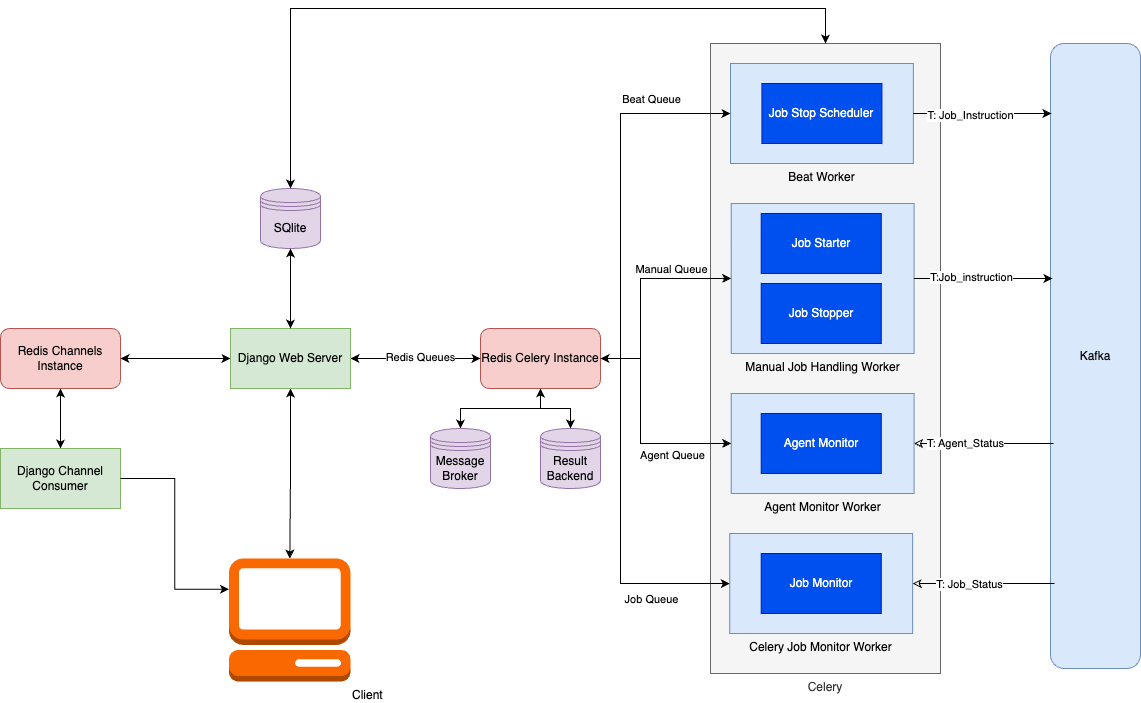
TBDM-24-25/SampleGen-Orchestrator keeps this draw.io diagram as docs/images/control_server_architecture_model.png. Above is the earlier version. Source tidied: cells renumbered, new cells last; positions are measured from the earlier drawing's top-left corner, leaving out a move shared by most shapes. The source it was exported from:
```xml
<mxGraphModel>
  <root>
    <mxCell id="0" />
    <mxCell id="1" parent="0" />
    <mxCell id="2" style="edgeStyle=orthogonalEdgeStyle;rounded=0;jettySize=auto;html=1;entryX=0.5;entryY=0;entryDx=0;entryDy=0;endArrow=classic;startFill=0;endFill=1;" parent="1" edge="1" source="4" target="7">
      <mxGeometry relative="1" as="geometry" />
    </mxCell>
    <mxCell id="3" style="edgeStyle=orthogonalEdgeStyle;rounded=0;jettySize=auto;html=1;endArrow=classic;startFill=1;startArrow=classic;endFill=1;" parent="1" edge="1" source="4" target="8">
      <mxGeometry relative="1" as="geometry" />
    </mxCell>
    <mxCell id="4" value="Redis Celery Instance" style="rounded=1;whiteSpace=wrap;html=1;fillColor=#f8cecc;strokeColor=#b85450;" parent="1" vertex="1">
      <mxGeometry x="480" y="320" width="120" height="60" as="geometry" />
    </mxCell>
    <mxCell id="5" style="edgeStyle=orthogonalEdgeStyle;rounded=0;jettySize=auto;html=1;startArrow=classic;startFill=1;" parent="1" edge="1" source="6" target="15">
      <mxGeometry relative="1" as="geometry" />
    </mxCell>
    <mxCell id="6" value="Redis Channels Instance" style="rounded=1;whiteSpace=wrap;html=1;fillColor=#f8cecc;strokeColor=#b85450;" parent="1" vertex="1">
      <mxGeometry y="320" width="120" height="60" as="geometry" />
    </mxCell>
    <mxCell id="7" value="Message Broker" style="shape=datastore;whiteSpace=wrap;html=1;fillColor=#e1d5e7;strokeColor=#9673a6;" parent="1" vertex="1">
      <mxGeometry x="430" y="420" width="60" height="60" as="geometry" />
    </mxCell>
    <mxCell id="8" value="Result Backend" style="shape=datastore;whiteSpace=wrap;html=1;fillColor=#e1d5e7;strokeColor=#9673a6;" parent="1" vertex="1">
      <mxGeometry x="540" y="420" width="60" height="60" as="geometry" />
    </mxCell>
    <mxCell id="9" style="edgeStyle=orthogonalEdgeStyle;rounded=0;jettySize=auto;html=1;startArrow=classic;startFill=1;" parent="1" edge="1" source="13" target="6">
      <mxGeometry relative="1" as="geometry" />
    </mxCell>
    <mxCell id="10" style="edgeStyle=orthogonalEdgeStyle;rounded=0;jettySize=auto;html=1;startArrow=classic;startFill=1;" parent="1" edge="1" source="13" target="4">
      <mxGeometry relative="1" as="geometry" />
    </mxCell>
    <mxCell id="11" value="Redis Queues" style="edgeLabel;html=1;align=center;verticalAlign=middle;" parent="10" vertex="1">
      <mxGeometry x="0.06" y="2" relative="1" as="geometry" />
    </mxCell>
    <mxCell id="12" style="edgeStyle=orthogonalEdgeStyle;rounded=0;jettySize=auto;html=1;startArrow=classic;startFill=1;" parent="1" edge="1" source="13" target="27">
      <mxGeometry relative="1" as="geometry" />
    </mxCell>
    <mxCell id="13" value="Django Web Server" style="rounded=0;whiteSpace=wrap;html=1;fillColor=#d5e8d4;strokeColor=#82b366;" parent="1" vertex="1">
      <mxGeometry x="230" y="320" width="120" height="60" as="geometry" />
    </mxCell>
    <mxCell id="14" value="Kafka" style="rounded=1;whiteSpace=wrap;html=1;fillColor=#dae8fc;strokeColor=#6c8ebf;" parent="1" vertex="1">
      <mxGeometry x="1050" y="35" width="90" height="625" as="geometry" />
    </mxCell>
    <mxCell id="15" value="Django Channel Consumer" style="rounded=0;whiteSpace=wrap;html=1;fillColor=#d5e8d4;strokeColor=#82b366;" parent="1" vertex="1">
      <mxGeometry y="440" width="120" height="60" as="geometry" />
    </mxCell>
    <mxCell id="16" style="group;fillColor=#60a917;fontColor=#ffffff;strokeColor=#2D7600;" parent="1" vertex="1">
      <mxGeometry x="710" y="35" width="230" height="630" as="geometry" />
    </mxCell>
    <mxCell id="17" value="Celery" style="rounded=0;whiteSpace=wrap;html=1;labelPosition=center;verticalLabelPosition=bottom;align=center;verticalAlign=top;fillColor=#f5f5f5;fontColor=#333333;strokeColor=#666666;" parent="16" vertex="1">
      <mxGeometry width="230" height="630" as="geometry" />
    </mxCell>
    <mxCell id="18" value="Beat Worker" style="rounded=0;whiteSpace=wrap;html=1;labelPosition=center;verticalLabelPosition=bottom;align=center;verticalAlign=top;fillColor=#dae8fc;strokeColor=#6c8ebf;" parent="16" vertex="1">
      <mxGeometry x="20" y="20" width="182.9" height="100" as="geometry" />
    </mxCell>
    <mxCell id="19" value="Job Stop Scheduler" style="rounded=0;whiteSpace=wrap;html=1;fillColor=#0050ef;strokeColor=#001DBC;fontColor=#ffffff;" parent="16" vertex="1">
      <mxGeometry x="51.4" y="40" width="120" height="60" as="geometry" />
    </mxCell>
    <mxCell id="20" value="Manual Job Handling Worker" style="rounded=0;whiteSpace=wrap;html=1;labelPosition=center;verticalLabelPosition=bottom;align=center;verticalAlign=top;fillColor=#dae8fc;strokeColor=#6c8ebf;" parent="16" vertex="1">
      <mxGeometry x="20.7" y="160" width="182.9" height="150" as="geometry" />
    </mxCell>
    <mxCell id="21" value="Agent Monitor Worker" style="rounded=0;whiteSpace=wrap;html=1;labelPosition=center;verticalLabelPosition=bottom;align=center;verticalAlign=top;fillColor=#dae8fc;strokeColor=#6c8ebf;" parent="16" vertex="1">
      <mxGeometry x="20.7" y="350" width="182.9" height="100" as="geometry" />
    </mxCell>
    <mxCell id="22" value="Celery Job Monitor Worker" style="rounded=0;whiteSpace=wrap;html=1;labelPosition=center;verticalLabelPosition=bottom;align=center;verticalAlign=top;fillColor=#dae8fc;strokeColor=#6c8ebf;" parent="16" vertex="1">
      <mxGeometry x="19.3" y="490" width="182.9" height="100" as="geometry" />
    </mxCell>
    <mxCell id="23" value="Job Starter" style="rounded=0;whiteSpace=wrap;html=1;fillColor=#0050ef;strokeColor=#001DBC;fontColor=#ffffff;" parent="16" vertex="1">
      <mxGeometry x="50.7" y="170" width="120" height="60" as="geometry" />
    </mxCell>
    <mxCell id="24" value="Job Stopper" style="rounded=0;whiteSpace=wrap;html=1;fillColor=#0050ef;strokeColor=#001DBC;fontColor=#ffffff;" parent="16" vertex="1">
      <mxGeometry x="50.7" y="240" width="120" height="60" as="geometry" />
    </mxCell>
    <mxCell id="25" value="Agent Monitor" style="rounded=0;whiteSpace=wrap;html=1;fillColor=#0050ef;strokeColor=#001DBC;fontColor=#ffffff;" parent="16" vertex="1">
      <mxGeometry x="50.7" y="370" width="120" height="60" as="geometry" />
    </mxCell>
    <mxCell id="26" value="Job Monitor" style="rounded=0;whiteSpace=wrap;html=1;fillColor=#0050ef;strokeColor=#001DBC;fontColor=#ffffff;" parent="16" vertex="1">
      <mxGeometry x="50.7" y="510" width="120" height="60" as="geometry" />
    </mxCell>
    <mxCell id="27" value="Client" style="outlineConnect=0;dashed=0;verticalLabelPosition=bottom;verticalAlign=top;align=left;html=1;shape=mxgraph.aws3.management_console;fillColor=#fa6800;strokeColor=#C73500;fontColor=#000000;labelPosition=right;" parent="1" vertex="1">
      <mxGeometry x="228.5" y="550" width="121.5" height="123" as="geometry" />
    </mxCell>
    <mxCell id="28" style="edgeStyle=orthogonalEdgeStyle;rounded=0;jettySize=auto;html=1;entryX=0;entryY=0.25;entryDx=0;entryDy=0;entryPerimeter=0;" parent="1" edge="1" source="15" target="27">
      <mxGeometry relative="1" as="geometry" />
    </mxCell>
    <mxCell id="29" style="edgeStyle=orthogonalEdgeStyle;rounded=0;jettySize=auto;html=1;startArrow=classic;startFill=1;" parent="1" edge="1" source="30" target="13">
      <mxGeometry relative="1" as="geometry" />
    </mxCell>
    <mxCell id="30" value="SQlite" style="shape=datastore;whiteSpace=wrap;html=1;fillColor=#e1d5e7;strokeColor=#9673a6;" parent="1" vertex="1">
      <mxGeometry x="260" y="180" width="60" height="60" as="geometry" />
    </mxCell>
    <mxCell id="31" style="edgeStyle=orthogonalEdgeStyle;rounded=0;jettySize=auto;html=1;entryX=0;entryY=0.5;entryDx=0;entryDy=0;startArrow=classic;startFill=1;" parent="1" edge="1" source="4" target="18">
      <mxGeometry relative="1" as="geometry">
        <Array as="points">
          <mxPoint x="620" y="350" />
          <mxPoint x="620" y="105" />
        </Array>
      </mxGeometry>
    </mxCell>
    <mxCell id="32" value="Beat Queue" style="edgeLabel;html=1;align=center;verticalAlign=middle;" parent="31" vertex="1">
      <mxGeometry x="0.17" relative="1" as="geometry">
        <mxPoint x="30" y="-61" as="offset" />
      </mxGeometry>
    </mxCell>
    <mxCell id="33" style="edgeStyle=orthogonalEdgeStyle;rounded=0;jettySize=auto;html=1;entryX=0;entryY=0.5;entryDx=0;entryDy=0;startArrow=classic;startFill=1;" parent="1" edge="1" source="4" target="20">
      <mxGeometry relative="1" as="geometry">
        <Array as="points">
          <mxPoint x="640" y="350" />
          <mxPoint x="640" y="270" />
        </Array>
      </mxGeometry>
    </mxCell>
    <mxCell id="34" value="Manual Queue" style="edgeLabel;html=1;align=center;verticalAlign=middle;" parent="33" vertex="1">
      <mxGeometry x="0.58" y="2" relative="1" as="geometry">
        <mxPoint x="-16" y="-8" as="offset" />
      </mxGeometry>
    </mxCell>
    <mxCell id="35" style="edgeStyle=orthogonalEdgeStyle;rounded=0;jettySize=auto;html=1;entryX=0;entryY=0.5;entryDx=0;entryDy=0;startArrow=classic;startFill=1;" parent="1" edge="1" source="4" target="22">
      <mxGeometry relative="1" as="geometry">
        <Array as="points">
          <mxPoint x="620" y="350" />
          <mxPoint x="620" y="575" />
        </Array>
      </mxGeometry>
    </mxCell>
    <mxCell id="36" value="Job Queue" style="edgeLabel;html=1;align=center;verticalAlign=middle;" parent="35" vertex="1">
      <mxGeometry x="0.22" y="-1" relative="1" as="geometry">
        <mxPoint x="31" y="44" as="offset" />
      </mxGeometry>
    </mxCell>
    <mxCell id="37" style="edgeStyle=orthogonalEdgeStyle;rounded=0;jettySize=auto;html=1;entryX=0;entryY=0.5;entryDx=0;entryDy=0;startArrow=classic;startFill=1;" parent="1" edge="1" source="4" target="21">
      <mxGeometry relative="1" as="geometry">
        <Array as="points">
          <mxPoint x="640" y="350" />
          <mxPoint x="640" y="435" />
        </Array>
      </mxGeometry>
    </mxCell>
    <mxCell id="38" value="Agent Queue" style="edgeLabel;html=1;align=center;verticalAlign=middle;" parent="37" vertex="1">
      <mxGeometry x="0.52" relative="1" as="geometry">
        <mxPoint x="-8" y="11" as="offset" />
      </mxGeometry>
    </mxCell>
    <mxCell id="39" style="edgeStyle=orthogonalEdgeStyle;rounded=0;jettySize=auto;html=1;entryX=0.011;entryY=0.112;entryDx=0;entryDy=0;entryPerimeter=0;" parent="1" edge="1" source="18" target="14">
      <mxGeometry relative="1" as="geometry" />
    </mxCell>
    <mxCell id="40" value="T: Job_Instruction" style="edgeLabel;html=1;align=center;verticalAlign=middle;" parent="39" vertex="1">
      <mxGeometry x="-0.17" y="-1" relative="1" as="geometry" />
    </mxCell>
    <mxCell id="41" style="edgeStyle=orthogonalEdgeStyle;rounded=0;jettySize=auto;html=1;entryX=0.022;entryY=0.376;entryDx=0;entryDy=0;entryPerimeter=0;" parent="1" edge="1" source="20" target="14">
      <mxGeometry relative="1" as="geometry" />
    </mxCell>
    <mxCell id="42" value="T:Job_instruction" style="edgeLabel;html=1;align=center;verticalAlign=middle;" parent="41" vertex="1">
      <mxGeometry x="-0.17" y="2" relative="1" as="geometry" />
    </mxCell>
    <mxCell id="43" style="edgeStyle=orthogonalEdgeStyle;rounded=0;jettySize=auto;html=1;entryX=0.033;entryY=0.64;entryDx=0;entryDy=0;entryPerimeter=0;startArrow=classic;startFill=0;endArrow=none;" parent="1" edge="1" source="21" target="14">
      <mxGeometry relative="1" as="geometry" />
    </mxCell>
    <mxCell id="44" value="T: Agent_Status" style="edgeLabel;html=1;align=center;verticalAlign=middle;" parent="43" vertex="1">
      <mxGeometry x="-0.26" y="1" relative="1" as="geometry" />
    </mxCell>
    <mxCell id="45" style="edgeStyle=orthogonalEdgeStyle;rounded=0;jettySize=auto;html=1;entryX=0.044;entryY=0.864;entryDx=0;entryDy=0;entryPerimeter=0;startArrow=classic;startFill=0;endArrow=none;" parent="1" edge="1" source="22" target="14">
      <mxGeometry relative="1" as="geometry" />
    </mxCell>
    <mxCell id="46" value="T: Job_Status" style="edgeLabel;html=1;align=center;verticalAlign=middle;" parent="45" vertex="1">
      <mxGeometry x="-0.21" relative="1" as="geometry" />
    </mxCell>
    <mxCell id="47" style="edgeStyle=orthogonalEdgeStyle;rounded=0;jettySize=auto;html=1;entryX=0.5;entryY=0;entryDx=0;entryDy=0;startArrow=classic;startFill=1;" parent="1" edge="1" source="17" target="30">
      <mxGeometry relative="1" as="geometry">
        <Array as="points">
          <mxPoint x="825" />
          <mxPoint x="290" />
        </Array>
      </mxGeometry>
    </mxCell>
  </root>
</mxGraphModel>
```
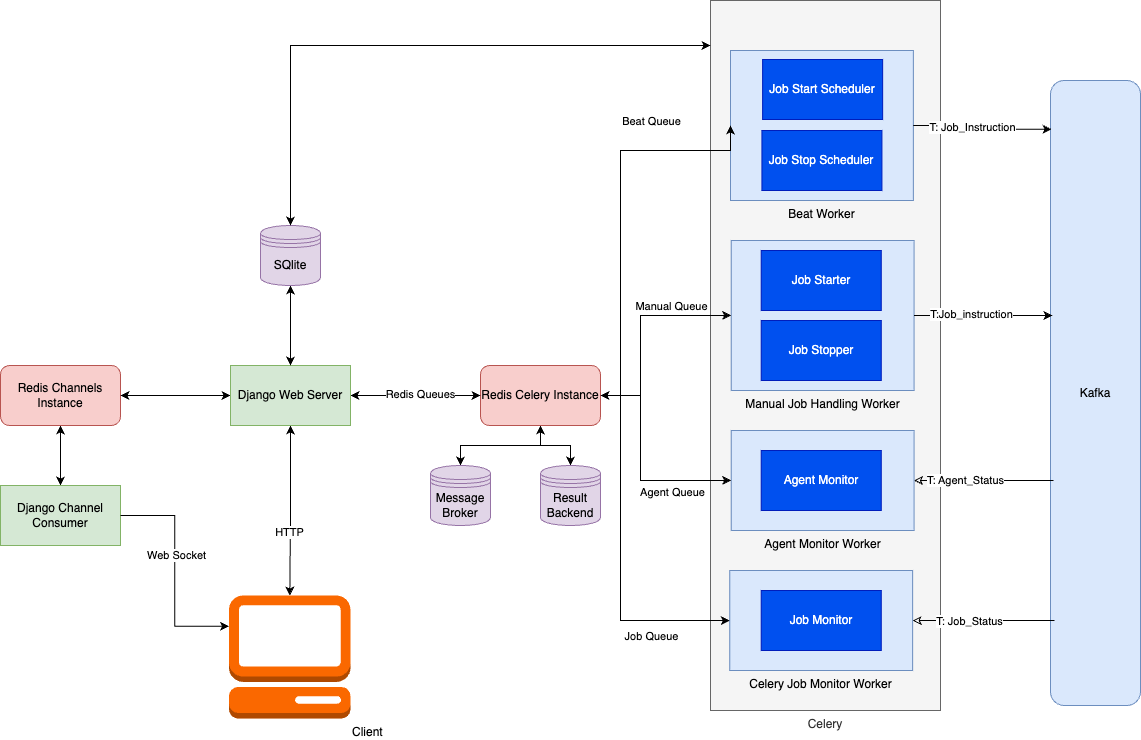
Above is the later version.

Commit message:
implemented start job scheduling feature

Diff of the diagram source:
```diff
@@ -35,6 +35,9 @@
     <mxCell id="12" style="edgeStyle=orthogonalEdgeStyle;rounded=0;jettySize=auto;html=1;startArrow=classic;startFill=1;" parent="1" edge="1" source="13" target="27">
       <mxGeometry relative="1" as="geometry" />
     </mxCell>
+    <mxCell id="48" value="HTTP" style="edgeLabel;html=1;align=center;verticalAlign=middle;" parent="12" vertex="1">
+      <mxGeometry x="0.25" y="-1" relative="1" as="geometry" />
+    </mxCell>
     <mxCell id="13" value="Django Web Server" style="rounded=0;whiteSpace=wrap;html=1;fillColor=#d5e8d4;strokeColor=#82b366;" parent="1" vertex="1">
       <mxGeometry x="230" y="320" width="120" height="60" as="geometry" />
     </mxCell>
@@ -48,13 +51,13 @@
       <mxGeometry x="710" y="35" width="230" height="630" as="geometry" />
     </mxCell>
     <mxCell id="17" value="Celery" style="rounded=0;whiteSpace=wrap;html=1;labelPosition=center;verticalLabelPosition=bottom;align=center;verticalAlign=top;fillColor=#f5f5f5;fontColor=#333333;strokeColor=#666666;" parent="16" vertex="1">
-      <mxGeometry width="230" height="630" as="geometry" />
+      <mxGeometry y="-80" width="230" height="710" as="geometry" />
     </mxCell>
     <mxCell id="18" value="Beat Worker" style="rounded=0;whiteSpace=wrap;html=1;labelPosition=center;verticalLabelPosition=bottom;align=center;verticalAlign=top;fillColor=#dae8fc;strokeColor=#6c8ebf;" parent="16" vertex="1">
-      <mxGeometry x="20" y="20" width="182.9" height="100" as="geometry" />
+      <mxGeometry x="20" y="-30" width="182.9" height="150" as="geometry" />
     </mxCell>
     <mxCell id="19" value="Job Stop Scheduler" style="rounded=0;whiteSpace=wrap;html=1;fillColor=#0050ef;strokeColor=#001DBC;fontColor=#ffffff;" parent="16" vertex="1">
-      <mxGeometry x="51.4" y="40" width="120" height="60" as="geometry" />
+      <mxGeometry x="51.4" y="50" width="120" height="60" as="geometry" />
     </mxCell>
     <mxCell id="20" value="Manual Job Handling Worker" style="rounded=0;whiteSpace=wrap;html=1;labelPosition=center;verticalLabelPosition=bottom;align=center;verticalAlign=top;fillColor=#dae8fc;strokeColor=#6c8ebf;" parent="16" vertex="1">
       <mxGeometry x="20.7" y="160" width="182.9" height="150" as="geometry" />
@@ -83,6 +86,9 @@
     <mxCell id="28" style="edgeStyle=orthogonalEdgeStyle;rounded=0;jettySize=auto;html=1;entryX=0;entryY=0.25;entryDx=0;entryDy=0;entryPerimeter=0;" parent="1" edge="1" source="15" target="27">
       <mxGeometry relative="1" as="geometry" />
     </mxCell>
+    <mxCell id="49" value="Web Socket" style="edgeLabel;html=1;align=center;verticalAlign=middle;" parent="28" vertex="1">
+      <mxGeometry x="-0.14" y="1" relative="1" as="geometry" />
+    </mxCell>
     <mxCell id="29" style="edgeStyle=orthogonalEdgeStyle;rounded=0;jettySize=auto;html=1;startArrow=classic;startFill=1;" parent="1" edge="1" source="30" target="13">
       <mxGeometry relative="1" as="geometry" />
     </mxCell>
@@ -141,7 +147,7 @@
         <mxPoint x="-8" y="11" as="offset" />
       </mxGeometry>
     </mxCell>
-    <mxCell id="39" style="edgeStyle=orthogonalEdgeStyle;rounded=0;jettySize=auto;html=1;entryX=0.011;entryY=0.112;entryDx=0;entryDy=0;entryPerimeter=0;" parent="1" edge="1" source="18" target="14">
+    <mxCell id="39" style="edgeStyle=orthogonalEdgeStyle;rounded=0;jettySize=auto;html=1;entryX=0.011;entryY=0.078;entryDx=0;entryDy=0;entryPerimeter=0;" parent="1" edge="1" source="18" target="14">
       <mxGeometry relative="1" as="geometry" />
     </mxCell>
     <mxCell id="40" value="T: Job_Instruction" style="edgeLabel;html=1;align=center;verticalAlign=middle;" parent="39" vertex="1">
@@ -173,5 +179,8 @@
         </Array>
       </mxGeometry>
     </mxCell>
+    <mxCell id="50" value="Job Start Scheduler" style="rounded=0;whiteSpace=wrap;html=1;fillColor=#0050ef;strokeColor=#001DBC;fontColor=#ffffff;" parent="1" vertex="1">
+      <mxGeometry x="762.1" y="14" width="120" height="60" as="geometry" />
+    </mxCell>
   </root>
 </mxGraphModel>
```
